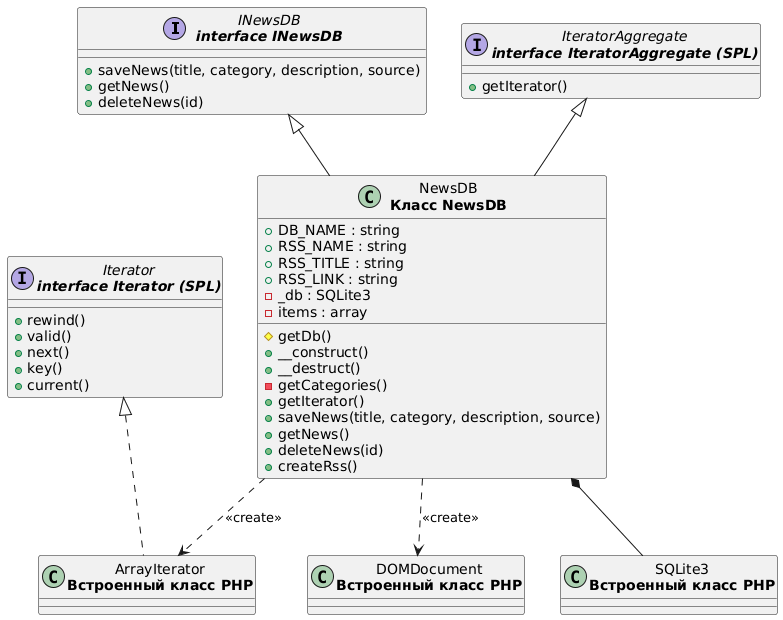
The PlantUML diagram lab6/diagrams/news_diagram.png in Arisha2080/web, before a commit. Its diagram source:
```plantuml
@startuml
interface "INewsDB\n<b>interface INewsDB</b>" as INewsDB {
    +saveNews(title, category, description, source)
    +getNews()
    +deleteNews(id)
  }

  interface "IteratorAggregate\n<b>interface IteratorAggregate (SPL)</b>" as IteratorAggregate {
    +getIterator()
  }

  interface "Iterator\n<b>interface Iterator (SPL)</b>" as Iterator {
    +rewind()
    +valid()
    +next()
    +key()
    +current()
  }

  class "NewsDB\n<b>Класс NewsDB</b>" as NewsDB {
    +DB_NAME : string
    +RSS_NAME : string
    +RSS_TITLE : string
    +RSS_LINK : string
    -_db : SQLite3
    -items : array
    #getDb()
    +__construct()
    +__destruct()
    -getCategories()
    +getIterator()
    +saveNews(title, category, description, source)
    +getNews()
    +deleteNews(id)
    +createRss()
  }

  class "SQLite3\n<b>Встроенный класс PHP</b>" as SQLite3

  class "ArrayIterator\n<b>Встроенный класс PHP</b>" as ArrayIterator

  class "DOMDocument\n<b>Встроенный класс PHP</b>" as DOMDocument

  INewsDB <|-- NewsDB
  IteratorAggregate <|-- NewsDB
  Iterator <|.. ArrayIterator
  NewsDB *-- SQLite3
  NewsDB ..> ArrayIterator : <<create>>
  NewsDB ..> DOMDocument : <<create>>
@enduml
```
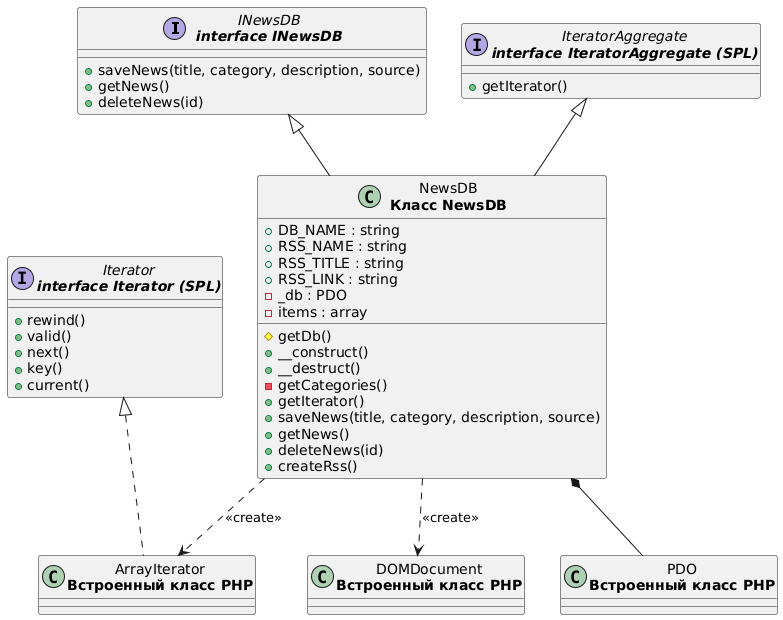
Above is the later version.

What changed in the source:
```diff
@@ -22,7 +22,7 @@
     +RSS_NAME : string
     +RSS_TITLE : string
     +RSS_LINK : string
-    -_db : SQLite3
+    -_db : PDO
     -items : array
     #getDb()
     +__construct()
@@ -35,7 +35,7 @@
     +createRss()
   }
 
-  class "SQLite3\n<b>Встроенный класс PHP</b>" as SQLite3
+  class "PDO\n<b>Встроенный класс PHP</b>" as PDO
 
   class "ArrayIterator\n<b>Встроенный класс PHP</b>" as ArrayIterator
 
@@ -44,7 +44,7 @@
   INewsDB <|-- NewsDB
   IteratorAggregate <|-- NewsDB
   Iterator <|.. ArrayIterator
-  NewsDB *-- SQLite3
+  NewsDB *-- PDO
   NewsDB ..> ArrayIterator : <<create>>
   NewsDB ..> DOMDocument : <<create>>
 @enduml
```
